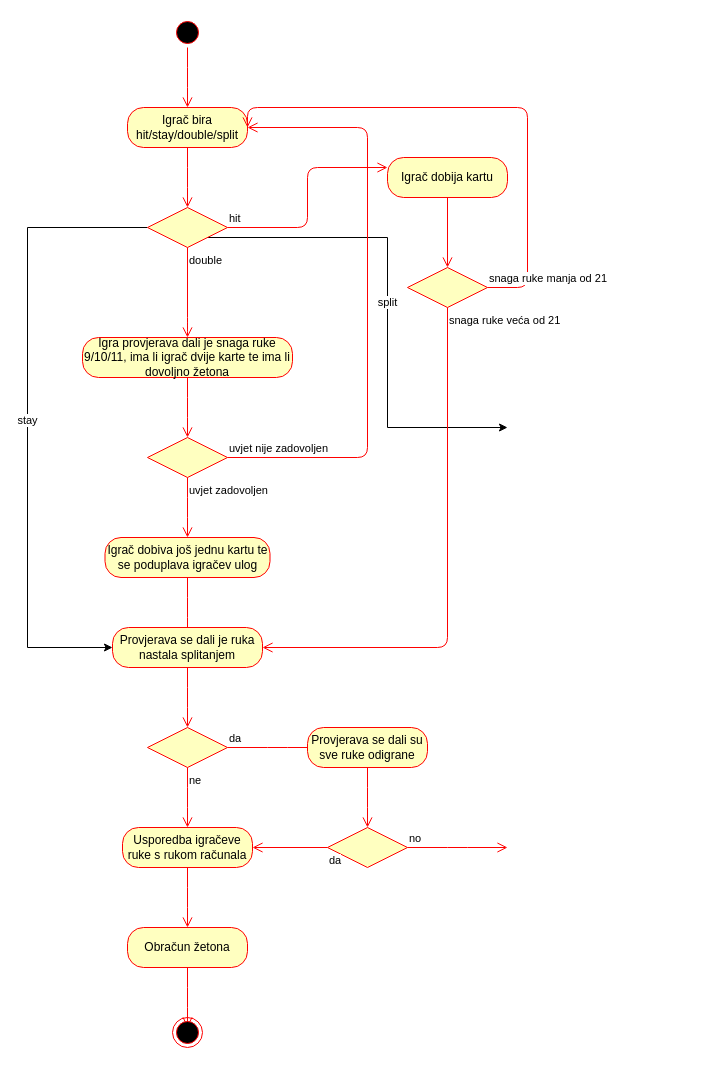
Before: page "Dijagram podaktivnosti igranja ruke" (5 of 6) of Untitled Diagram.drawio in avrkic/21, a draw.io diagram. Source tidied: cells renumbered, new cells numbered last; positions are measured from the earlier drawing's top-left corner, leaving out a move shared by most shapes. Both pictures are drawn from the tidied source at 100%, with x=0, y=0 at pixel (27, 17).
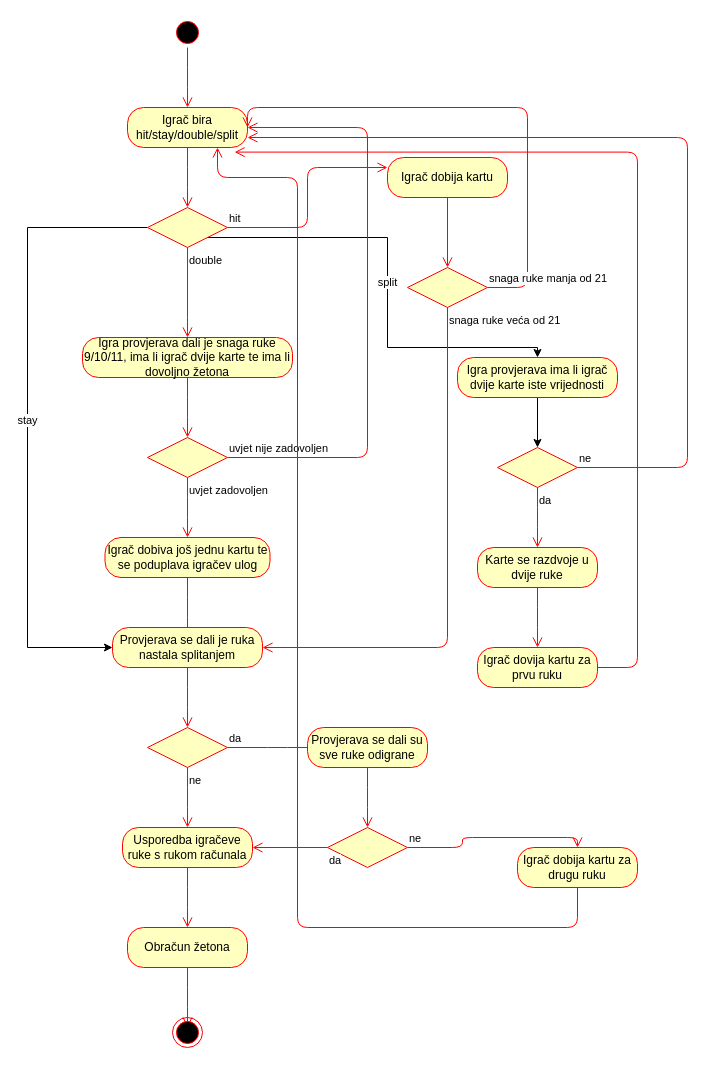
Above is the later version.

Unchanged cells that the change refers to:
```xml
<mxCell id="4" value="Igrač bira hit/stay/double/split" style="rounded=1;whiteSpace=wrap;html=1;arcSize=40;fontColor=#000000;fillColor=#ffffc0;strokeColor=#ff0000;" parent="1" vertex="1">
  <mxGeometry x="100" y="90" width="120" height="40" as="geometry" />
</mxCell>
<mxCell id="8" style="rhombus;whiteSpace=wrap;html=1;fillColor=#ffffc0;strokeColor=#ff0000;" parent="1" vertex="1">
  <mxGeometry x="120" y="190" width="80" height="40" as="geometry" />
</mxCell>
<mxCell id="27" style="rhombus;whiteSpace=wrap;html=1;fillColor=#ffffc0;strokeColor=#ff0000;" parent="1" vertex="1">
  <mxGeometry x="300" y="810" width="80" height="40" as="geometry" />
</mxCell>
```

Change to the diagram source:
```diff
@@
-    <mxCell id="7" value="split" style="edgeStyle=orthogonalEdgeStyle;rounded=0;jettySize=auto;html=1;exitX=1;exitY=1;exitDx=0;exitDy=0;" parent="1" edge="1" source="8">
+    <mxCell id="7" value="split" style="edgeStyle=orthogonalEdgeStyle;rounded=0;jettySize=auto;html=1;exitX=1;exitY=1;exitDx=0;exitDy=0;entryX=0.5;entryY=0;entryDx=0;entryDy=0;" parent="1" edge="1" source="8" target="39">
       <mxGeometry relative="1" as="geometry">
-        <mxPoint x="480" y="410" as="targetPoint" />
         <Array as="points">
           <mxPoint x="360" y="220" />
-          <mxPoint x="360" y="410" />
+          <mxPoint x="360" y="330" />
+          <mxPoint x="510" y="330" />
         </Array>
       </mxGeometry>
     </mxCell>
@@
-    <mxCell id="28" value="no" style="edgeStyle=orthogonalEdgeStyle;html=1;align=left;verticalAlign=bottom;endArrow=open;endSize=8;strokeColor=#ff0000;" parent="1" edge="1" source="27">
-      <mxGeometry x="-1" relative="1" as="geometry">
-        <mxPoint x="480" y="830" as="targetPoint" />
-      </mxGeometry>
+    <mxCell id="28" value="ne" style="edgeStyle=orthogonalEdgeStyle;html=1;align=left;verticalAlign=bottom;endArrow=open;endSize=8;strokeColor=#ff0000;entryX=0.5;entryY=0;entryDx=0;entryDy=0;" parent="1" edge="1" source="27" target="47">
+      <mxGeometry x="-1" relative="1" as="geometry" />
     </mxCell>
@@
+    <mxCell id="38" style="edgeStyle=orthogonalEdgeStyle;rounded=0;jettySize=auto;html=1;exitX=0.5;exitY=1;exitDx=0;exitDy=0;entryX=0.5;entryY=0;entryDx=0;entryDy=0;" parent="1" edge="1" source="39" target="40">
+      <mxGeometry relative="1" as="geometry" />
+    </mxCell>
+    <mxCell id="39" value="Igra provjerava ima li igrač dvije karte iste vrijednosti" style="rounded=1;whiteSpace=wrap;html=1;arcSize=40;fontColor=#000000;fillColor=#ffffc0;strokeColor=#ff0000;" parent="1" vertex="1">
+      <mxGeometry x="430" y="340" width="160" height="40" as="geometry" />
+    </mxCell>
+    <mxCell id="40" style="rhombus;whiteSpace=wrap;html=1;fillColor=#ffffc0;strokeColor=#ff0000;" parent="1" vertex="1">
+      <mxGeometry x="470" y="430" width="80" height="40" as="geometry" />
+    </mxCell>
+    <mxCell id="41" value="ne" style="edgeStyle=orthogonalEdgeStyle;html=1;align=left;verticalAlign=bottom;endArrow=open;endSize=8;strokeColor=#ff0000;entryX=1;entryY=0.75;entryDx=0;entryDy=0;" parent="1" edge="1" source="40" target="4">
+      <mxGeometry x="-1" relative="1" as="geometry">
+        <Array as="points">
+          <mxPoint x="660" y="450" />
+          <mxPoint x="660" y="120" />
+        </Array>
+      </mxGeometry>
+    </mxCell>
+    <mxCell id="42" value="da" style="edgeStyle=orthogonalEdgeStyle;html=1;align=left;verticalAlign=top;endArrow=open;endSize=8;strokeColor=#ff0000;" parent="1" edge="1" source="40">
+      <mxGeometry x="-1" relative="1" as="geometry">
+        <mxPoint x="510" y="530" as="targetPoint" />
+      </mxGeometry>
+    </mxCell>
+    <mxCell id="43" value="Karte se razdvoje u dvije ruke" style="rounded=1;whiteSpace=wrap;html=1;arcSize=40;fontColor=#000000;fillColor=#ffffc0;strokeColor=#ff0000;" parent="1" vertex="1">
+      <mxGeometry x="450" y="530" width="120" height="40" as="geometry" />
+    </mxCell>
+    <mxCell id="44" style="edgeStyle=orthogonalEdgeStyle;html=1;verticalAlign=bottom;endArrow=open;endSize=8;strokeColor=#ff0000;" parent="1" edge="1" source="43">
+      <mxGeometry relative="1" as="geometry">
+        <mxPoint x="510" y="630" as="targetPoint" />
+      </mxGeometry>
+    </mxCell>
+    <mxCell id="45" value="Igrač dovija kartu za prvu ruku" style="rounded=1;whiteSpace=wrap;html=1;arcSize=40;fontColor=#000000;fillColor=#ffffc0;strokeColor=#ff0000;" parent="1" vertex="1">
+      <mxGeometry x="450" y="630" width="120" height="40" as="geometry" />
+    </mxCell>
+    <mxCell id="46" style="edgeStyle=orthogonalEdgeStyle;html=1;verticalAlign=bottom;endArrow=open;endSize=8;strokeColor=#ff0000;entryX=0.893;entryY=1.115;entryDx=0;entryDy=0;entryPerimeter=0;" parent="1" edge="1" source="45" target="4">
+      <mxGeometry relative="1" as="geometry">
+        <Array as="points">
+          <mxPoint x="610" y="650" />
+          <mxPoint x="610" y="135" />
+        </Array>
+      </mxGeometry>
+    </mxCell>
+    <mxCell id="47" value="Igrač dobija kartu za drugu ruku" style="rounded=1;whiteSpace=wrap;html=1;arcSize=40;fontColor=#000000;fillColor=#ffffc0;strokeColor=#ff0000;" parent="1" vertex="1">
+      <mxGeometry x="490" y="830" width="120" height="40" as="geometry" />
+    </mxCell>
+    <mxCell id="48" style="edgeStyle=orthogonalEdgeStyle;html=1;verticalAlign=bottom;endArrow=open;endSize=8;strokeColor=#ff0000;entryX=0.75;entryY=1;entryDx=0;entryDy=0;" parent="1" edge="1" source="47" target="4">
+      <mxGeometry relative="1" as="geometry">
+        <Array as="points">
+          <mxPoint x="550" y="910" />
+          <mxPoint x="270" y="910" />
+          <mxPoint x="270" y="160" />
+          <mxPoint x="190" y="160" />
+        </Array>
+      </mxGeometry>
+    </mxCell>
```
